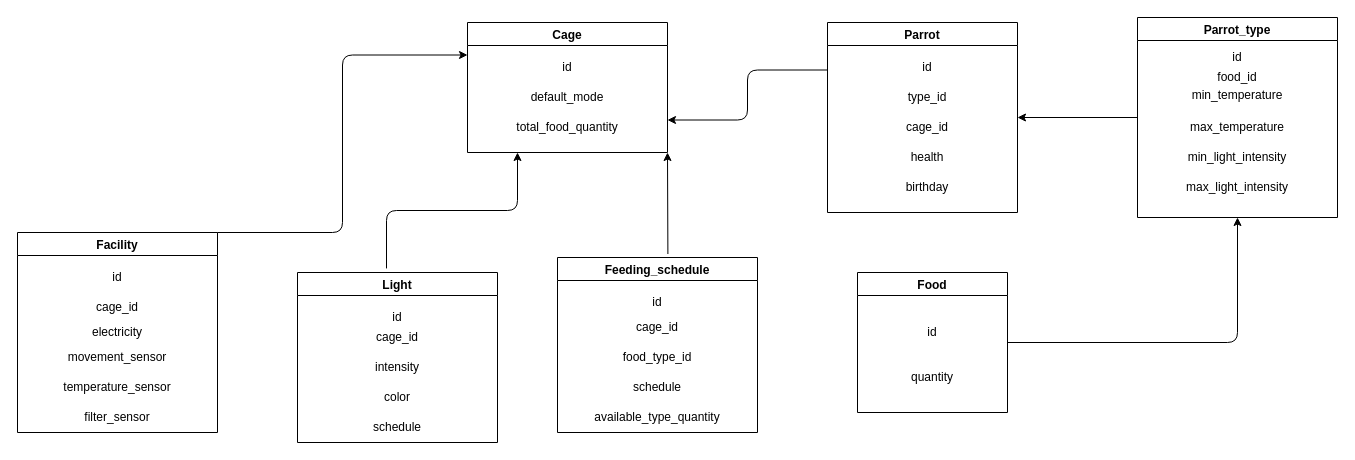
Before: Inginerie.drawio in SmartCage/app, a draw.io diagram. Source tidied: cells renumbered, new cells numbered last; positions are measured from the earlier drawing's top-left corner, leaving out a move shared by most shapes. Both pictures are drawn from the tidied source at 100%, with x=0, y=0 at pixel (17, 17).
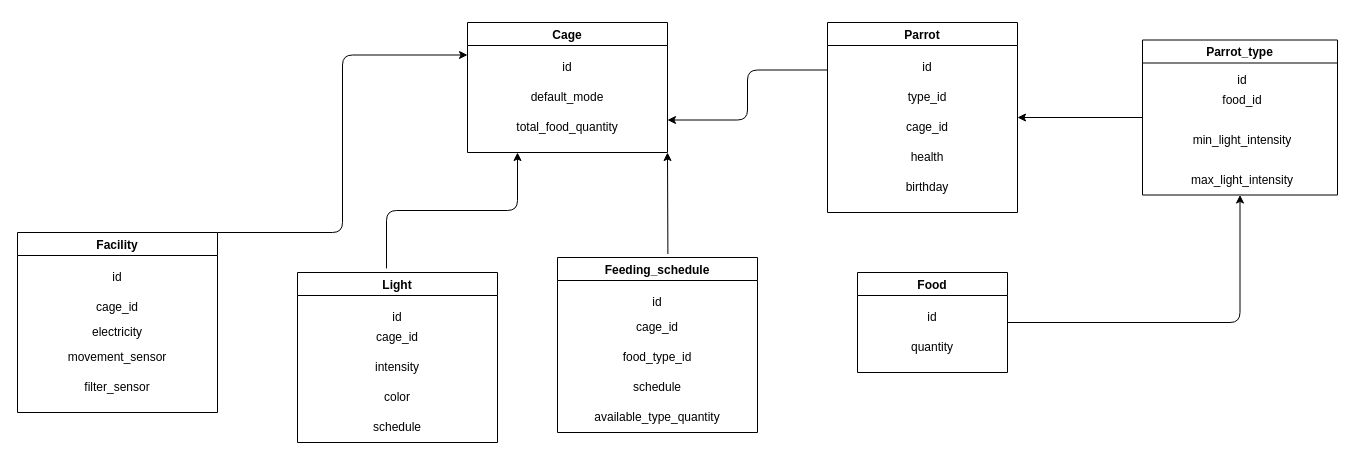
After the change.

The edit, as a diff of the source:
```diff
@@
     <mxCell id="2" value="Facility" style="swimlane;" parent="1" vertex="1">
-      <mxGeometry y="215" width="200" height="200" as="geometry" />
+      <mxGeometry y="215" width="200" height="180" as="geometry" />
     </mxCell>
@@
-    <mxCell id="5" value="temperature_sensor&lt;br&gt;" style="text;html=1;strokeColor=none;fillColor=none;align=center;verticalAlign=middle;whiteSpace=wrap;rounded=0;" parent="2" vertex="1">
-      <mxGeometry x="70" y="140" width="60" height="30" as="geometry" />
-    </mxCell>
     <mxCell id="6" value="filter_sensor" style="text;html=1;strokeColor=none;fillColor=none;align=center;verticalAlign=middle;whiteSpace=wrap;rounded=0;" parent="2" vertex="1">
-      <mxGeometry x="70" y="170" width="60" height="30" as="geometry" />
+      <mxGeometry x="70" y="140" width="60" height="30" as="geometry" />
     </mxCell>
@@
     <mxCell id="19" value="Parrot_type" style="swimlane;" parent="1" vertex="1">
-      <mxGeometry x="1120" width="200" height="200" as="geometry" />
+      <mxGeometry x="1125" y="22.5" width="195" height="155" as="geometry" />
     </mxCell>
@@
-    <mxCell id="22" value="min_temperature" style="text;html=1;strokeColor=none;fillColor=none;align=center;verticalAlign=middle;whiteSpace=wrap;rounded=0;" parent="19" vertex="1">
-      <mxGeometry x="70" y="60" width="60" height="35" as="geometry" />
-    </mxCell>
-    <mxCell id="23" value="max_temperature" style="text;html=1;strokeColor=none;fillColor=none;align=center;verticalAlign=middle;whiteSpace=wrap;rounded=0;" parent="19" vertex="1">
-      <mxGeometry x="70" y="95" width="60" height="30" as="geometry" />
-    </mxCell>
     <mxCell id="24" value="min_light_intensity" style="text;html=1;strokeColor=none;fillColor=none;align=center;verticalAlign=middle;whiteSpace=wrap;rounded=0;" parent="19" vertex="1">
-      <mxGeometry x="70" y="125" width="60" height="30" as="geometry" />
+      <mxGeometry x="70" y="85" width="60" height="30" as="geometry" />
     </mxCell>
     <mxCell id="25" value="max_light_intensity" style="text;html=1;strokeColor=none;fillColor=none;align=center;verticalAlign=middle;whiteSpace=wrap;rounded=0;" parent="19" vertex="1">
-      <mxGeometry x="70" y="155" width="60" height="30" as="geometry" />
+      <mxGeometry x="70" y="125" width="60" height="30" as="geometry" />
     </mxCell>
     <mxCell id="26" value="Food" style="swimlane;" parent="1" vertex="1">
-      <mxGeometry x="840" y="255" width="150" height="140" as="geometry" />
+      <mxGeometry x="840" y="255" width="150" height="100" as="geometry" />
     </mxCell>
     <mxCell id="27" value="id" style="text;html=1;strokeColor=none;fillColor=none;align=center;verticalAlign=middle;whiteSpace=wrap;rounded=0;" parent="26" vertex="1">
-      <mxGeometry x="45" y="45" width="60" height="30" as="geometry" />
+      <mxGeometry x="45" y="30" width="60" height="30" as="geometry" />
     </mxCell>
     <mxCell id="28" value="quantity&lt;br&gt;" style="text;html=1;strokeColor=none;fillColor=none;align=center;verticalAlign=middle;whiteSpace=wrap;rounded=0;" parent="26" vertex="1">
-      <mxGeometry x="45" y="90" width="60" height="30" as="geometry" />
+      <mxGeometry x="45" y="60" width="60" height="30" as="geometry" />
     </mxCell>
```
